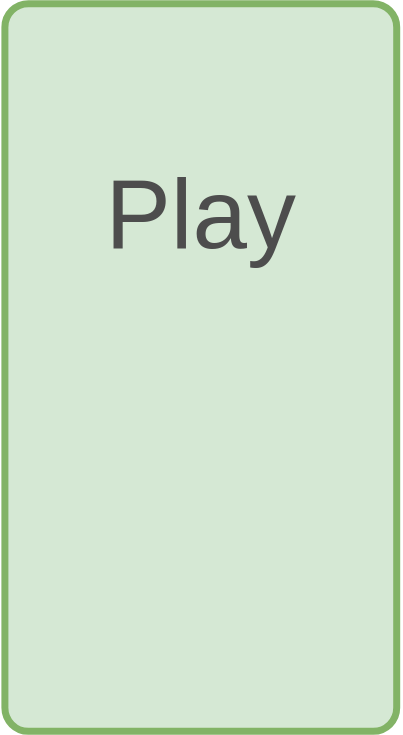
FOehlschlaeger/pila keeps this draw.io diagram as assets/.drawio/play-screen.svg. Above is the earlier version. Source tidied: cells renumbered, new cells last; positions are measured from the earlier drawing's top-left corner, leaving out a move shared by most shapes.
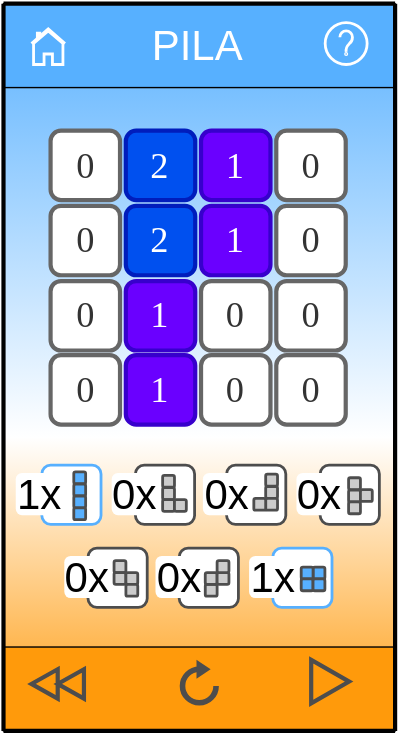
After the change.

Diff of the diagram source:
```diff
@@ -2,12 +2,230 @@
   <root>
     <mxCell id="0" />
     <mxCell id="1" parent="0" />
-    <mxCell id="2" style="rounded=1;whiteSpace=wrap;html=1;arcSize=6;strokeWidth=5;fillColor=#d5e8d4;strokeColor=#82b366;" parent="1" vertex="1">
-      <mxGeometry x="2" width="280" height="520" as="geometry" />
+    <mxCell id="2" style="rounded=1;whiteSpace=wrap;html=1;arcSize=0;strokeWidth=5;fillColor=#FFFFFF;strokeColor=none;gradientColor=#57B0FF;glass=0;rotation=-180;" parent="1" vertex="1">
+      <mxGeometry x="2" width="280" height="310" as="geometry" />
     </mxCell>
+    <mxCell id="5" style="rounded=0;whiteSpace=wrap;html=1;glass=0;strokeColor=#000000;fillColor=#57B0FF;gradientColor=none;" parent="1" vertex="1">
+      <mxGeometry x="2" width="280" height="60" as="geometry" />
+    </mxCell>
+    <mxCell id="6" style="rounded=1;whiteSpace=wrap;html=1;arcSize=0;strokeWidth=5;fillColor=#FFFFFF;strokeColor=none;gradientColor=#FF9A0B;glass=0;rotation=0;" parent="1" vertex="1">
+      <mxGeometry x="2" y="310" width="280" height="210" as="geometry" />
+    </mxCell>
+    <mxCell id="7" style="rounded=0;whiteSpace=wrap;html=1;glass=0;strokeColor=#000000;fillColor=#FF9A0B;gradientColor=none;" parent="1" vertex="1">
+      <mxGeometry x="2" y="460" width="280" height="60" as="geometry" />
+    </mxCell>
+    <mxCell id="8" style="endArrow=none;html=1;exitX=0;exitY=1;exitDx=0;exitDy=0;entryX=0;entryY=0;entryDx=0;entryDy=0;strokeWidth=3;" parent="1" edge="1" source="7" target="5">
+      <mxGeometry relative="1" as="geometry" />
+    </mxCell>
+    <mxCell id="9" style="endArrow=none;html=1;exitX=1;exitY=1;exitDx=0;exitDy=0;entryX=1;entryY=0;entryDx=0;entryDy=0;strokeWidth=3;" parent="1" edge="1" source="7" target="5">
+      <mxGeometry relative="1" as="geometry" />
+    </mxCell>
+    <mxCell id="10" style="endArrow=none;html=1;entryX=1;entryY=1;entryDx=0;entryDy=0;strokeWidth=3;" parent="1" edge="1" target="7">
+      <mxGeometry relative="1" as="geometry">
+        <mxPoint x="2" y="520" as="sourcePoint" />
+      </mxGeometry>
+    </mxCell>
+    <mxCell id="11" style="endArrow=none;html=1;strokeWidth=3;" parent="1" edge="1">
+      <mxGeometry relative="1" as="geometry">
+        <mxPoint x="282" as="sourcePoint" />
+        <mxPoint x="2" as="targetPoint" />
+      </mxGeometry>
+    </mxCell>
     <mxCell id="3" value="Elements" parent="0" />
-    <mxCell id="4" value="&lt;font color=&quot;#4d4d4d&quot; style=&quot;font-size: 70px;&quot;&gt;Play&lt;/font&gt;" style="text;html=1;strokeColor=none;fillColor=none;align=center;verticalAlign=middle;whiteSpace=wrap;rounded=0;shadow=1;glass=0;" parent="3" vertex="1">
-      <mxGeometry x="-0.5" y="80" width="285" height="140" as="geometry" />
-    </mxCell>
+    <mxCell id="12" value="&lt;font color=&quot;#ffffff&quot; style=&quot;font-size: 30px;&quot;&gt;PILA&lt;/font&gt;" style="text;html=1;strokeColor=none;fillColor=none;align=center;verticalAlign=middle;whiteSpace=wrap;rounded=0;shadow=1;glass=0;" parent="3" vertex="1">
+      <mxGeometry x="59.5" width="162.5" height="60" as="geometry" />
+    </mxCell>
+    <mxCell id="13" style="html=1;verticalLabelPosition=bottom;align=center;labelBackgroundColor=#ffffff;verticalAlign=top;strokeWidth=2;strokeColor=#FFFFFF;shadow=0;dashed=0;shape=mxgraph.ios7.icons.home;rounded=0;glass=0;sketch=0;fillColor=none;gradientColor=#57B0FF;" parent="3" vertex="1">
+      <mxGeometry x="22" y="18" width="24" height="25.5" as="geometry" />
+    </mxCell>
+    <mxCell id="14" style="html=1;verticalLabelPosition=bottom;align=center;labelBackgroundColor=#ffffff;verticalAlign=top;strokeWidth=3;strokeColor=#4D4D4D;shadow=0;dashed=0;shape=mxgraph.ios7.icons.backward;rounded=0;glass=0;sketch=0;fillColor=none;gradientColor=#57B0FF;" parent="3" vertex="1">
+      <mxGeometry x="22" y="475.9" width="37.5" height="21" as="geometry" />
+    </mxCell>
+    <mxCell id="15" style="html=1;verticalLabelPosition=bottom;align=center;labelBackgroundColor=#ffffff;verticalAlign=top;strokeWidth=4;strokeColor=#4D4D4D;shadow=0;dashed=0;shape=mxgraph.ios7.icons.reload;rounded=0;glass=0;sketch=0;fillColor=none;gradientColor=#57B0FF;" parent="3" vertex="1">
+      <mxGeometry x="130" y="472.9" width="24" height="27" as="geometry" />
+    </mxCell>
+    <mxCell id="16" style="html=1;verticalLabelPosition=bottom;align=center;labelBackgroundColor=#ffffff;verticalAlign=top;strokeWidth=3;strokeColor=#4D4D4D;shadow=0;dashed=0;shape=mxgraph.ios7.icons.play;rounded=0;glass=0;sketch=0;fillColor=none;gradientColor=#57B0FF;" parent="3" vertex="1">
+      <mxGeometry x="222" y="469.2" width="27.1" height="31" as="geometry" />
+    </mxCell>
+    <mxCell id="17" style="html=1;verticalLabelPosition=bottom;align=center;labelBackgroundColor=#ffffff;verticalAlign=top;strokeWidth=2;strokeColor=#FFFFFF;shadow=0;dashed=0;shape=mxgraph.ios7.icons.help;rounded=0;glass=0;sketch=0;fontSize=30;fillColor=none;gradientColor=#57B0FF;" parent="3" vertex="1">
+      <mxGeometry x="232" y="13.5" width="30" height="30" as="geometry" />
+    </mxCell>
+    <mxCell id="18" value="&lt;font face=&quot;Verdana&quot; color=&quot;#ffffff&quot; style=&quot;font-size: 26px;&quot;&gt;2&lt;/font&gt;" style="whiteSpace=wrap;html=1;fillColor=#0050ef;strokeColor=#001DBC;shadow=0;strokeWidth=3;rounded=1;fontColor=#ffffff;" parent="3" vertex="1">
+      <mxGeometry x="89.4" y="144.5" width="49.6" height="49.6" as="geometry" />
+    </mxCell>
+    <mxCell id="19" value="&lt;font face=&quot;Verdana&quot; color=&quot;#ffffff&quot; style=&quot;font-size: 26px;&quot;&gt;2&lt;/font&gt;" style="whiteSpace=wrap;html=1;fillColor=#0050ef;strokeColor=#001DBC;shadow=0;strokeWidth=3;rounded=1;fontColor=#ffffff;" parent="3" vertex="1">
+      <mxGeometry x="89.4" y="90.8" width="49.6" height="49.6" as="geometry" />
+    </mxCell>
+    <mxCell id="20" value="&lt;font face=&quot;Verdana&quot; style=&quot;font-size: 26px;&quot;&gt;1&lt;/font&gt;" style="whiteSpace=wrap;html=1;fillColor=#6a00ff;strokeColor=#3700CC;fontColor=#ffffff;shadow=0;strokeWidth=3;rounded=1;" parent="3" vertex="1">
+      <mxGeometry x="143.2" y="90.8" width="49.6" height="49.6" as="geometry" />
+    </mxCell>
+    <mxCell id="21" value="&lt;font face=&quot;Verdana&quot; style=&quot;font-size: 26px;&quot;&gt;1&lt;/font&gt;" style="whiteSpace=wrap;html=1;fillColor=#6a00ff;strokeColor=#3700CC;fontColor=#ffffff;shadow=0;strokeWidth=3;rounded=1;" parent="3" vertex="1">
+      <mxGeometry x="143.2" y="144.5" width="49.6" height="49.6" as="geometry" />
+    </mxCell>
+    <mxCell id="22" value="&lt;font face=&quot;Verdana&quot; style=&quot;font-size: 26px;&quot;&gt;0&lt;/font&gt;" style="whiteSpace=wrap;html=1;fillColor=#FFFFFF;strokeColor=#666666;fontColor=#333333;shadow=0;strokeWidth=3;rounded=1;" parent="3" vertex="1">
+      <mxGeometry x="143.2" y="198.3" width="49.6" height="49.6" as="geometry" />
+    </mxCell>
+    <mxCell id="23" value="&lt;font style=&quot;font-size: 26px;&quot; face=&quot;Verdana&quot;&gt;0&lt;/font&gt;" style="whiteSpace=wrap;html=1;fillColor=#FFFFFF;strokeColor=#666666;fontColor=#333333;shadow=0;strokeWidth=3;rounded=1;" parent="3" vertex="1">
+      <mxGeometry x="143.2" y="251.3" width="49.6" height="49.6" as="geometry" />
+    </mxCell>
+    <mxCell id="24" value="&lt;font style=&quot;font-size: 26px;&quot; face=&quot;Verdana&quot;&gt;0&lt;/font&gt;" style="whiteSpace=wrap;html=1;fillColor=#FFFFFF;strokeColor=#666666;fontColor=#333333;shadow=0;strokeWidth=3;rounded=1;" parent="3" vertex="1">
+      <mxGeometry x="197" y="251.3" width="49.6" height="49.6" as="geometry" />
+    </mxCell>
+    <mxCell id="25" value="&lt;font style=&quot;font-size: 26px;&quot; face=&quot;Verdana&quot;&gt;0&lt;/font&gt;" style="whiteSpace=wrap;html=1;fillColor=#FFFFFF;strokeColor=#666666;fontColor=#333333;shadow=0;strokeWidth=3;rounded=1;" parent="3" vertex="1">
+      <mxGeometry x="197" y="198.3" width="49.6" height="49.6" as="geometry" />
+    </mxCell>
+    <mxCell id="26" value="&lt;font face=&quot;Verdana&quot; style=&quot;font-size: 26px;&quot;&gt;0&lt;/font&gt;" style="whiteSpace=wrap;html=1;fillColor=#FFFFFF;strokeColor=#666666;fontColor=#333333;shadow=0;strokeWidth=3;rounded=1;" parent="3" vertex="1">
+      <mxGeometry x="197" y="144.5" width="49.6" height="49.6" as="geometry" />
+    </mxCell>
+    <mxCell id="27" value="&lt;font style=&quot;font-size: 26px;&quot; face=&quot;Verdana&quot;&gt;0&lt;/font&gt;" style="whiteSpace=wrap;html=1;fillColor=#FFFFFF;strokeColor=#666666;fontColor=#333333;shadow=0;strokeWidth=3;rounded=1;" parent="3" vertex="1">
+      <mxGeometry x="197" y="90.8" width="49.6" height="49.6" as="geometry" />
+    </mxCell>
+    <mxCell id="28" value="&lt;font face=&quot;Verdana&quot; style=&quot;font-size: 26px;&quot;&gt;0&lt;/font&gt;" style="whiteSpace=wrap;html=1;fillColor=#FFFFFF;strokeColor=#666666;fontColor=#333333;shadow=0;strokeWidth=3;rounded=1;" parent="3" vertex="1">
+      <mxGeometry x="35.7" y="90.8" width="49.6" height="49.6" as="geometry" />
+    </mxCell>
+    <mxCell id="29" value="&lt;font face=&quot;Verdana&quot; style=&quot;font-size: 26px;&quot;&gt;0&lt;/font&gt;" style="whiteSpace=wrap;html=1;fillColor=#FFFFFF;strokeColor=#666666;fontColor=#333333;shadow=0;strokeWidth=3;rounded=1;" parent="3" vertex="1">
+      <mxGeometry x="35.7" y="144.5" width="49.6" height="49.6" as="geometry" />
+    </mxCell>
+    <mxCell id="30" value="&lt;font style=&quot;font-size: 26px;&quot; face=&quot;Verdana&quot;&gt;0&lt;/font&gt;" style="whiteSpace=wrap;html=1;fillColor=#FFFFFF;strokeColor=#666666;fontColor=#333333;shadow=0;strokeWidth=3;rounded=1;" parent="3" vertex="1">
+      <mxGeometry x="35.7" y="198.3" width="49.6" height="49.6" as="geometry" />
+    </mxCell>
+    <mxCell id="31" value="&lt;font style=&quot;font-size: 26px;&quot; face=&quot;Verdana&quot;&gt;0&lt;/font&gt;" style="whiteSpace=wrap;html=1;fillColor=#FFFFFF;strokeColor=#666666;fontColor=#333333;shadow=0;strokeWidth=3;rounded=1;" parent="3" vertex="1">
+      <mxGeometry x="35.7" y="251.3" width="49.6" height="49.6" as="geometry" />
+    </mxCell>
+    <mxCell id="32" value="&lt;font face=&quot;Verdana&quot; style=&quot;font-size: 26px;&quot;&gt;1&lt;/font&gt;" style="whiteSpace=wrap;html=1;fillColor=#6a00ff;strokeColor=#3700CC;shadow=0;strokeWidth=3;rounded=1;fontColor=#ffffff;" parent="3" vertex="1">
+      <mxGeometry x="89.4" y="251.3" width="49.6" height="49.6" as="geometry" />
+    </mxCell>
+    <mxCell id="33" value="&lt;font face=&quot;Verdana&quot; style=&quot;font-size: 26px;&quot;&gt;1&lt;/font&gt;" style="whiteSpace=wrap;html=1;fillColor=#6a00ff;strokeColor=#3700CC;fontColor=#ffffff;shadow=0;strokeWidth=3;rounded=1;" parent="3" vertex="1">
+      <mxGeometry x="89.4" y="198.3" width="49.6" height="49.6" as="geometry" />
+    </mxCell>
+    <mxCell id="34" style="group;" parent="3" vertex="1">
+      <mxGeometry x="10.8" y="330" width="260" height="101.6" as="geometry" />
+    </mxCell>
+    <mxCell id="35" style="whiteSpace=wrap;html=1;rounded=1;shadow=0;glass=0;sketch=0;strokeColor=#57B0FF;strokeWidth=2;fontSize=30;fontColor=#FFFFFF;fillColor=#FFFFFF;gradientColor=none;" parent="34" vertex="1">
+      <mxGeometry x="18.6" width="42.3" height="42.3" as="geometry" />
+    </mxCell>
+    <mxCell id="36" style="whiteSpace=wrap;html=1;rounded=1;shadow=0;glass=0;sketch=0;strokeColor=#4D4D4D;strokeWidth=2;fontSize=30;fontColor=#FFFFFF;fillColor=#57B0FF;gradientColor=none;" parent="34" vertex="1">
+      <mxGeometry x="41.5" y="4.7" width="8.5" height="8.5" as="geometry" />
+    </mxCell>
+    <mxCell id="37" style="whiteSpace=wrap;html=1;rounded=1;shadow=0;glass=0;sketch=0;strokeColor=#4D4D4D;strokeWidth=2;fontSize=30;fontColor=#FFFFFF;fillColor=#57B0FF;gradientColor=none;" parent="34" vertex="1">
+      <mxGeometry x="41.5" y="13.6" width="8.5" height="8.5" as="geometry" />
+    </mxCell>
+    <mxCell id="38" style="whiteSpace=wrap;html=1;rounded=1;shadow=0;glass=0;sketch=0;strokeColor=#4D4D4D;strokeWidth=2;fontSize=30;fontColor=#FFFFFF;fillColor=#57B0FF;gradientColor=none;" parent="34" vertex="1">
+      <mxGeometry x="41.5" y="22" width="8.5" height="8.5" as="geometry" />
+    </mxCell>
+    <mxCell id="39" style="whiteSpace=wrap;html=1;rounded=1;shadow=0;glass=0;sketch=0;strokeColor=#4D4D4D;strokeWidth=2;fontSize=30;fontColor=#FFFFFF;fillColor=#57B0FF;gradientColor=none;" parent="34" vertex="1">
+      <mxGeometry x="41.5" y="30.5" width="8.5" height="8.5" as="geometry" />
+    </mxCell>
+    <mxCell id="40" value="&lt;font color=&quot;#000000&quot;&gt;1x&lt;/font&gt;" style="text;html=1;strokeColor=none;fillColor=default;align=center;verticalAlign=middle;whiteSpace=wrap;rounded=1;shadow=0;glass=0;sketch=0;strokeWidth=2;fontSize=30;fontColor=#FFFFFF;" parent="34" vertex="1">
+      <mxGeometry y="5.6" width="33.9" height="30.2" as="geometry" />
+    </mxCell>
+    <mxCell id="41" style="whiteSpace=wrap;html=1;rounded=1;shadow=0;glass=0;sketch=0;strokeColor=#4D4D4D;strokeWidth=2;fontSize=30;fontColor=#FFFFFF;fillColor=#FFFFFF;gradientColor=none;" parent="34" vertex="1">
+      <mxGeometry x="85.5" width="42.3" height="42.3" as="geometry" />
+    </mxCell>
+    <mxCell id="42" style="whiteSpace=wrap;html=1;rounded=1;shadow=0;glass=0;sketch=0;strokeColor=#4D4D4D;strokeWidth=2;fontSize=30;fontColor=#FFFFFF;fillColor=#CCCCCC;gradientColor=none;" parent="34" vertex="1">
+      <mxGeometry x="105" y="7.3" width="8.5" height="8.5" as="geometry" />
+    </mxCell>
+    <mxCell id="43" style="whiteSpace=wrap;html=1;rounded=1;shadow=0;glass=0;sketch=0;strokeColor=#4D4D4D;strokeWidth=2;fontSize=30;fontColor=#FFFFFF;fillColor=#CCCCCC;gradientColor=none;" parent="34" vertex="1">
+      <mxGeometry x="105" y="16.1" width="8.5" height="8.5" as="geometry" />
+    </mxCell>
+    <mxCell id="44" style="whiteSpace=wrap;html=1;rounded=1;shadow=0;glass=0;sketch=0;strokeColor=#4D4D4D;strokeWidth=2;fontSize=30;fontColor=#FFFFFF;fillColor=#CCCCCC;gradientColor=none;" parent="34" vertex="1">
+      <mxGeometry x="105" y="24.6" width="8.5" height="8.5" as="geometry" />
+    </mxCell>
+    <mxCell id="45" style="whiteSpace=wrap;html=1;rounded=1;shadow=0;glass=0;sketch=0;strokeColor=#4D4D4D;strokeWidth=2;fontSize=30;fontColor=#FFFFFF;fillColor=#CCCCCC;gradientColor=none;" parent="34" vertex="1">
+      <mxGeometry x="113.5" y="24.6" width="8.5" height="8.5" as="geometry" />
+    </mxCell>
+    <mxCell id="46" value="&lt;font color=&quot;#000000&quot;&gt;0x&lt;/font&gt;" style="text;html=1;strokeColor=none;fillColor=default;align=center;verticalAlign=middle;whiteSpace=wrap;rounded=1;shadow=0;glass=0;sketch=0;strokeWidth=2;fontSize=30;fontColor=#FFFFFF;" parent="34" vertex="1">
+      <mxGeometry x="68.6" y="5.6" width="33.9" height="30.2" as="geometry" />
+    </mxCell>
+    <mxCell id="47" style="whiteSpace=wrap;html=1;rounded=1;shadow=0;glass=0;sketch=0;strokeColor=#4D4D4D;strokeWidth=2;fontSize=30;fontColor=#FFFFFF;fillColor=#FFFFFF;gradientColor=none;" parent="34" vertex="1">
+      <mxGeometry x="150.7" width="42.3" height="42.3" as="geometry" />
+    </mxCell>
+    <mxCell id="48" style="whiteSpace=wrap;html=1;rounded=1;shadow=0;glass=0;sketch=0;strokeColor=#4D4D4D;strokeWidth=2;fontSize=30;fontColor=#FFFFFF;fillColor=#CCCCCC;gradientColor=none;" parent="34" vertex="1">
+      <mxGeometry x="178.7" y="6.4" width="8.5" height="8.5" as="geometry" />
+    </mxCell>
+    <mxCell id="49" style="whiteSpace=wrap;html=1;rounded=1;shadow=0;glass=0;sketch=0;strokeColor=#4D4D4D;strokeWidth=2;fontSize=30;fontColor=#FFFFFF;fillColor=#CCCCCC;gradientColor=none;" parent="34" vertex="1">
+      <mxGeometry x="178.7" y="15.2" width="8.5" height="8.5" as="geometry" />
+    </mxCell>
+    <mxCell id="50" style="whiteSpace=wrap;html=1;rounded=1;shadow=0;glass=0;sketch=0;strokeColor=#4D4D4D;strokeWidth=2;fontSize=30;fontColor=#FFFFFF;fillColor=#CCCCCC;gradientColor=none;" parent="34" vertex="1">
+      <mxGeometry x="178.7" y="23.7" width="8.5" height="8.5" as="geometry" />
+    </mxCell>
+    <mxCell id="51" style="whiteSpace=wrap;html=1;rounded=1;shadow=0;glass=0;sketch=0;strokeColor=#4D4D4D;strokeWidth=2;fontSize=30;fontColor=#FFFFFF;fillColor=#CCCCCC;gradientColor=none;" parent="34" vertex="1">
+      <mxGeometry x="170.2" y="23.7" width="8.5" height="8.5" as="geometry" />
+    </mxCell>
+    <mxCell id="52" value="&lt;font color=&quot;#000000&quot;&gt;0x&lt;/font&gt;" style="text;html=1;strokeColor=none;fillColor=default;align=center;verticalAlign=middle;whiteSpace=wrap;rounded=1;shadow=0;glass=0;sketch=0;strokeWidth=2;fontSize=30;fontColor=#FFFFFF;" parent="34" vertex="1">
+      <mxGeometry x="133.8" y="5.6" width="33.9" height="30.2" as="geometry" />
+    </mxCell>
+    <mxCell id="53" style="whiteSpace=wrap;html=1;rounded=1;shadow=0;glass=0;sketch=0;strokeColor=#4D4D4D;strokeWidth=2;fontSize=30;fontColor=#FFFFFF;fillColor=#FFFFFF;gradientColor=none;" parent="34" vertex="1">
+      <mxGeometry x="217.7" width="42.3" height="42.3" as="geometry" />
+    </mxCell>
+    <mxCell id="54" style="whiteSpace=wrap;html=1;rounded=1;shadow=0;glass=0;sketch=0;strokeColor=#4D4D4D;strokeWidth=2;fontSize=30;fontColor=#FFFFFF;fillColor=#CCCCCC;gradientColor=none;" parent="34" vertex="1">
+      <mxGeometry x="238" y="9" width="8.5" height="8.5" as="geometry" />
+    </mxCell>
+    <mxCell id="55" style="whiteSpace=wrap;html=1;rounded=1;shadow=0;glass=0;sketch=0;strokeColor=#4D4D4D;strokeWidth=2;fontSize=30;fontColor=#FFFFFF;fillColor=#CCCCCC;gradientColor=none;" parent="34" vertex="1">
+      <mxGeometry x="238" y="17.8" width="8.5" height="8.5" as="geometry" />
+    </mxCell>
+    <mxCell id="56" style="whiteSpace=wrap;html=1;rounded=1;shadow=0;glass=0;sketch=0;strokeColor=#4D4D4D;strokeWidth=2;fontSize=30;fontColor=#FFFFFF;fillColor=#CCCCCC;gradientColor=none;" parent="34" vertex="1">
+      <mxGeometry x="238" y="26.3" width="8.5" height="8.5" as="geometry" />
+    </mxCell>
+    <mxCell id="57" style="whiteSpace=wrap;html=1;rounded=1;shadow=0;glass=0;sketch=0;strokeColor=#4D4D4D;strokeWidth=2;fontSize=30;fontColor=#FFFFFF;fillColor=#CCCCCC;gradientColor=none;" parent="34" vertex="1">
+      <mxGeometry x="246.4" y="17.4" width="8.5" height="8.5" as="geometry" />
+    </mxCell>
+    <mxCell id="58" value="&lt;font color=&quot;#000000&quot;&gt;0x&lt;/font&gt;" style="text;html=1;strokeColor=none;fillColor=default;align=center;verticalAlign=middle;whiteSpace=wrap;rounded=1;shadow=0;glass=0;sketch=0;strokeWidth=2;fontSize=30;fontColor=#FFFFFF;" parent="34" vertex="1">
+      <mxGeometry x="200.7" y="5.6" width="33.9" height="30.2" as="geometry" />
+    </mxCell>
+    <mxCell id="59" style="whiteSpace=wrap;html=1;rounded=1;shadow=0;glass=0;sketch=0;strokeColor=#4D4D4D;strokeWidth=2;fontSize=30;fontColor=#FFFFFF;fillColor=#FFFFFF;gradientColor=none;" parent="34" vertex="1">
+      <mxGeometry x="51.7" y="59.3" width="42.3" height="42.3" as="geometry" />
+    </mxCell>
+    <mxCell id="60" value="&lt;font color=&quot;#000000&quot;&gt;0x&lt;/font&gt;" style="text;html=1;strokeColor=none;fillColor=default;align=center;verticalAlign=middle;whiteSpace=wrap;rounded=1;shadow=0;glass=0;sketch=0;strokeWidth=2;fontSize=30;fontColor=#FFFFFF;" parent="34" vertex="1">
+      <mxGeometry x="34.7" y="64.9" width="33.9" height="30.2" as="geometry" />
+    </mxCell>
+    <mxCell id="61" style="whiteSpace=wrap;html=1;rounded=1;shadow=0;glass=0;sketch=0;strokeColor=#4D4D4D;strokeWidth=2;fontSize=30;fontColor=#FFFFFF;fillColor=#FFFFFF;gradientColor=none;" parent="34" vertex="1">
+      <mxGeometry x="116.9" y="59.3" width="42.3" height="42.3" as="geometry" />
+    </mxCell>
+    <mxCell id="62" value="&lt;font color=&quot;#000000&quot;&gt;0x&lt;/font&gt;" style="text;html=1;strokeColor=none;fillColor=default;align=center;verticalAlign=middle;whiteSpace=wrap;rounded=1;shadow=0;glass=0;sketch=0;strokeWidth=2;fontSize=30;fontColor=#FFFFFF;" parent="34" vertex="1">
+      <mxGeometry x="99.9" y="64.9" width="33.9" height="30.2" as="geometry" />
+    </mxCell>
+    <mxCell id="63" style="whiteSpace=wrap;html=1;rounded=1;shadow=0;glass=0;sketch=0;strokeColor=#57B0FF;strokeWidth=2;fontSize=30;fontColor=#FFFFFF;fillColor=#FFFFFF;gradientColor=none;" parent="34" vertex="1">
+      <mxGeometry x="183.8" y="59.3" width="42.3" height="42.3" as="geometry" />
+    </mxCell>
+    <mxCell id="64" style="whiteSpace=wrap;html=1;rounded=1;shadow=0;glass=0;sketch=0;strokeColor=#4D4D4D;strokeWidth=2;fontSize=30;fontColor=#FFFFFF;fillColor=#57B0FF;gradientColor=none;" parent="34" vertex="1">
+      <mxGeometry x="212.6" y="72.8" width="8.5" height="8.5" as="geometry" />
+    </mxCell>
+    <mxCell id="65" style="whiteSpace=wrap;html=1;rounded=1;shadow=0;glass=0;sketch=0;strokeColor=#4D4D4D;strokeWidth=2;fontSize=30;fontColor=#FFFFFF;fillColor=#57B0FF;gradientColor=none;" parent="34" vertex="1">
+      <mxGeometry x="204.1" y="72.8" width="8.5" height="8.5" as="geometry" />
+    </mxCell>
+    <mxCell id="66" style="whiteSpace=wrap;html=1;rounded=1;shadow=0;glass=0;sketch=0;strokeColor=#4D4D4D;strokeWidth=2;fontSize=30;fontColor=#FFFFFF;fillColor=#57B0FF;gradientColor=none;" parent="34" vertex="1">
+      <mxGeometry x="204.1" y="81.3" width="8.5" height="8.5" as="geometry" />
+    </mxCell>
+    <mxCell id="67" style="whiteSpace=wrap;html=1;rounded=1;shadow=0;glass=0;sketch=0;strokeColor=#4D4D4D;strokeWidth=2;fontSize=30;fontColor=#FFFFFF;fillColor=#57B0FF;gradientColor=none;" parent="34" vertex="1">
+      <mxGeometry x="212.6" y="81.3" width="8.5" height="8.5" as="geometry" />
+    </mxCell>
+    <mxCell id="68" value="&lt;font color=&quot;#000000&quot;&gt;1x&lt;/font&gt;" style="text;html=1;strokeColor=none;fillColor=default;align=center;verticalAlign=middle;whiteSpace=wrap;rounded=1;shadow=0;glass=0;sketch=0;strokeWidth=2;fontSize=30;fontColor=#FFFFFF;" parent="34" vertex="1">
+      <mxGeometry x="166.8" y="64.9" width="33.9" height="30.2" as="geometry" />
+    </mxCell>
+    <mxCell id="69" style="whiteSpace=wrap;html=1;rounded=1;shadow=0;glass=0;sketch=0;strokeColor=#4D4D4D;strokeWidth=2;fontSize=30;fontColor=#FFFFFF;fillColor=#CCCCCC;gradientColor=none;rotation=-90;" parent="34" vertex="1">
+      <mxGeometry x="135.5" y="85.2" width="8.5" height="8.5" as="geometry" />
+    </mxCell>
+    <mxCell id="70" style="whiteSpace=wrap;html=1;rounded=1;shadow=0;glass=0;sketch=0;strokeColor=#4D4D4D;strokeWidth=2;fontSize=30;fontColor=#FFFFFF;fillColor=#CCCCCC;gradientColor=none;rotation=-90;" parent="34" vertex="1">
+      <mxGeometry x="135.5" y="76.7" width="8.5" height="8.5" as="geometry" />
+    </mxCell>
+    <mxCell id="71" style="whiteSpace=wrap;html=1;rounded=1;shadow=0;glass=0;sketch=0;strokeColor=#4D4D4D;strokeWidth=2;fontSize=30;fontColor=#FFFFFF;fillColor=#CCCCCC;gradientColor=none;rotation=-90;" parent="34" vertex="1">
+      <mxGeometry x="144" y="76.7" width="8.5" height="8.5" as="geometry" />
+    </mxCell>
+    <mxCell id="72" style="whiteSpace=wrap;html=1;rounded=1;shadow=0;glass=0;sketch=0;strokeColor=#4D4D4D;strokeWidth=2;fontSize=30;fontColor=#FFFFFF;fillColor=#CCCCCC;gradientColor=none;rotation=-90;" parent="34" vertex="1">
+      <mxGeometry x="144" y="68.3" width="8.5" height="8.5" as="geometry" />
+    </mxCell>
+    <mxCell id="73" style="whiteSpace=wrap;html=1;rounded=1;shadow=0;glass=0;sketch=0;strokeColor=#4D4D4D;strokeWidth=2;fontSize=30;fontColor=#FFFFFF;fillColor=#CCCCCC;gradientColor=none;rotation=-90;" parent="34" vertex="1">
+      <mxGeometry x="70.3" y="68.3" width="8.5" height="8.5" as="geometry" />
+    </mxCell>
+    <mxCell id="74" style="whiteSpace=wrap;html=1;rounded=1;shadow=0;glass=0;sketch=0;strokeColor=#4D4D4D;strokeWidth=2;fontSize=30;fontColor=#FFFFFF;fillColor=#CCCCCC;gradientColor=none;rotation=-90;" parent="34" vertex="1">
+      <mxGeometry x="70.3" y="76.7" width="8.5" height="8.5" as="geometry" />
+    </mxCell>
+    <mxCell id="75" style="whiteSpace=wrap;html=1;rounded=1;shadow=0;glass=0;sketch=0;strokeColor=#4D4D4D;strokeWidth=2;fontSize=30;fontColor=#FFFFFF;fillColor=#CCCCCC;gradientColor=none;rotation=-90;" parent="34" vertex="1">
+      <mxGeometry x="78.8" y="76.7" width="8.5" height="8.5" as="geometry" />
+    </mxCell>
+    <mxCell id="76" style="whiteSpace=wrap;html=1;rounded=1;shadow=0;glass=0;sketch=0;strokeColor=#4D4D4D;strokeWidth=2;fontSize=30;fontColor=#FFFFFF;fillColor=#CCCCCC;gradientColor=none;rotation=-90;" parent="34" vertex="1">
+      <mxGeometry x="78.8" y="85.2" width="8.5" height="8.5" as="geometry" />
+    </mxCell>
   </root>
 </mxGraphModel>
```
